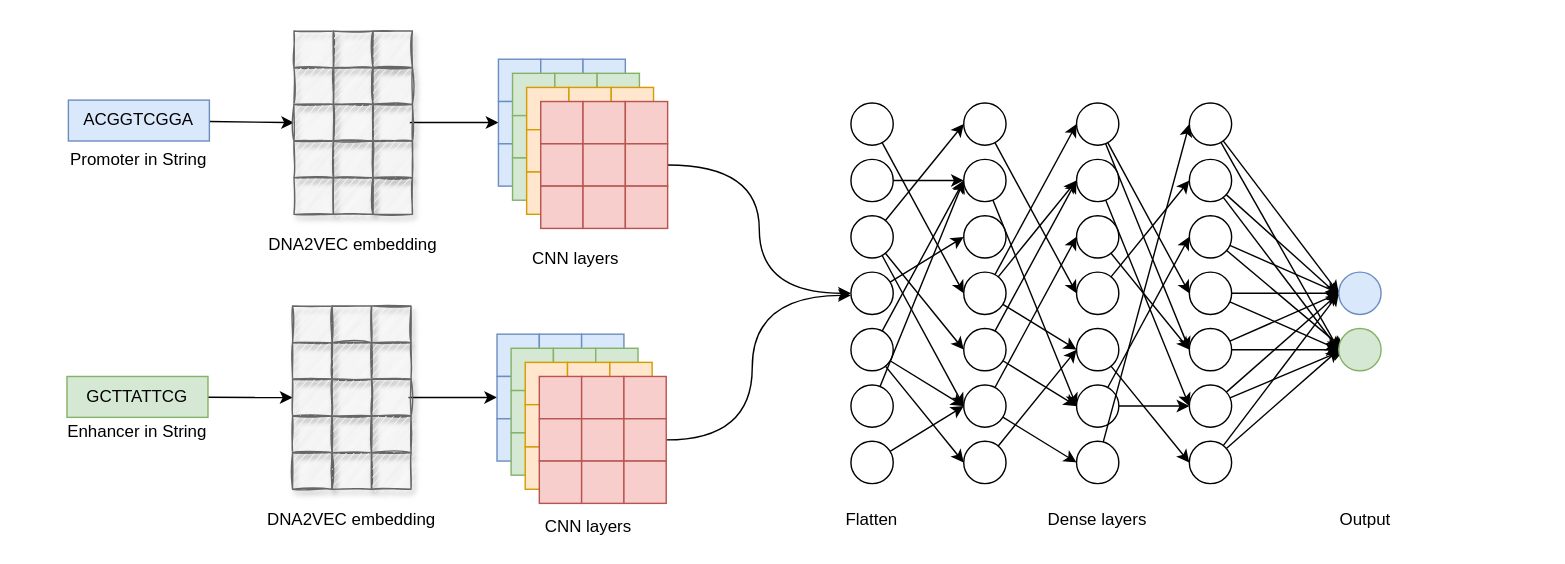
The draw.io diagram embedding_cnn_two_branch.drawio in NaiveTom/draw.io, before the edit. Source tidied: cells renumbered, new cells numbered last; positions are measured from the earlier drawing's top-left corner, leaving out a move shared by most shapes. Both pictures are drawn from the tidied source at 141%, with x=0, y=0 at pixel (24, 30).
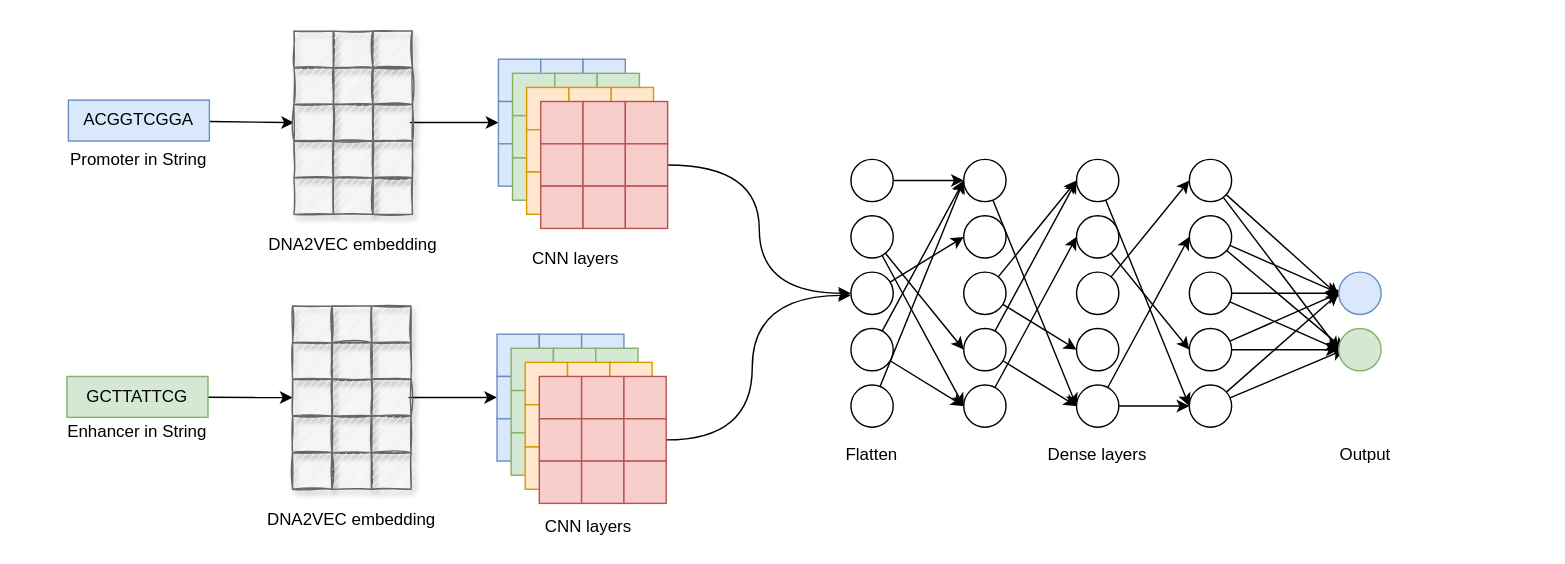
The same diagram, later.

Unchanged cells that the change refers to:
```xml
<mxCell id="9" style="ellipse;whiteSpace=wrap;html=1;" parent="1" vertex="1">
  <mxGeometry x="586" y="131.5" width="30" height="30" as="geometry" />
</mxCell>
<mxCell id="15" style="ellipse;whiteSpace=wrap;html=1;" parent="1" vertex="1">
  <mxGeometry x="586" y="211.5" width="30" height="30" as="geometry" />
</mxCell>
<mxCell id="28" style="ellipse;whiteSpace=wrap;html=1;" parent="1" vertex="1">
  <mxGeometry x="666" y="171.5" width="30" height="30" as="geometry" />
</mxCell>
<mxCell id="34" style="ellipse;whiteSpace=wrap;html=1;" parent="1" vertex="1">
  <mxGeometry x="666" y="251.5" width="30" height="30" as="geometry" />
</mxCell>
<mxCell id="47" style="ellipse;whiteSpace=wrap;html=1;" parent="1" vertex="1">
  <mxGeometry x="746" y="171.5" width="30" height="30" as="geometry" />
</mxCell>
<mxCell id="49" style="ellipse;whiteSpace=wrap;html=1;" parent="1" vertex="1">
  <mxGeometry x="746" y="211.5" width="30" height="30" as="geometry" />
</mxCell>
<mxCell id="66" style="ellipse;whiteSpace=wrap;html=1;" parent="1" vertex="1">
  <mxGeometry x="826" y="171.5" width="30" height="30" as="geometry" />
</mxCell>
<mxCell id="77" style="ellipse;whiteSpace=wrap;html=1;fillColor=#dae8fc;strokeColor=#6c8ebf;" parent="1" vertex="1">
  <mxGeometry x="932" y="171.5" width="30" height="30" as="geometry" />
</mxCell>
<mxCell id="78" style="ellipse;whiteSpace=wrap;html=1;fillColor=#d5e8d4;strokeColor=#82b366;" parent="1" vertex="1">
  <mxGeometry x="932" y="211.5" width="30" height="30" as="geometry" />
</mxCell>
```

What changed in the source:
```diff
@@
-    <mxCell id="2" style="rounded=1;jumpSize=20;jettySize=auto;html=1;entryX=0;entryY=0.5;entryDx=0;entryDy=0;strokeWidth=1;" parent="1" edge="1" source="3" target="28">
-      <mxGeometry relative="1" as="geometry" />
-    </mxCell>
-    <mxCell id="3" style="ellipse;whiteSpace=wrap;html=1;" parent="1" vertex="1">
-      <mxGeometry x="586" y="51.5" width="30" height="30" as="geometry" />
-    </mxCell>
@@
-    <mxCell id="6" style="rounded=1;jumpSize=20;jettySize=auto;html=1;entryX=0;entryY=0.5;entryDx=0;entryDy=0;strokeWidth=1;" parent="1" edge="1" source="9" target="21">
-      <mxGeometry relative="1" as="geometry" />
-    </mxCell>
@@
-    <mxCell id="13" style="edgeStyle=none;rounded=1;jumpSize=20;jettySize=auto;html=1;entryX=0;entryY=0.5;entryDx=0;entryDy=0;strokeWidth=1;" parent="1" edge="1" source="15" target="36">
-      <mxGeometry relative="1" as="geometry" />
-    </mxCell>
@@
-    <mxCell id="18" style="edgeStyle=none;rounded=1;jumpSize=20;jettySize=auto;html=1;entryX=0;entryY=0.5;entryDx=0;entryDy=0;strokeWidth=1;" parent="1" edge="1" source="19" target="34">
-      <mxGeometry relative="1" as="geometry" />
-    </mxCell>
-    <mxCell id="19" style="ellipse;whiteSpace=wrap;html=1;" parent="1" vertex="1">
-      <mxGeometry x="586" y="291.5" width="30" height="30" as="geometry" />
-    </mxCell>
-    <mxCell id="20" style="edgeStyle=none;rounded=1;jumpSize=20;jettySize=auto;html=1;entryX=0;entryY=0.5;entryDx=0;entryDy=0;strokeWidth=1;" parent="1" edge="1" source="21" target="47">
-      <mxGeometry relative="1" as="geometry" />
-    </mxCell>
-    <mxCell id="21" style="ellipse;whiteSpace=wrap;html=1;" parent="1" vertex="1">
-      <mxGeometry x="666" y="51.5" width="30" height="30" as="geometry" />
-    </mxCell>
@@
-    <mxCell id="25" style="edgeStyle=none;rounded=1;jumpSize=20;jettySize=auto;html=1;entryX=0;entryY=0.5;entryDx=0;entryDy=0;strokeWidth=1;" parent="1" edge="1" source="28" target="41">
-      <mxGeometry relative="1" as="geometry" />
-    </mxCell>
@@
-    <mxCell id="33" style="edgeStyle=none;rounded=1;jumpSize=20;jettySize=auto;html=1;entryX=0;entryY=0.5;entryDx=0;entryDy=0;strokeWidth=1;" parent="1" edge="1" source="34" target="54">
-      <mxGeometry relative="1" as="geometry" />
-    </mxCell>
@@
-    <mxCell id="35" style="edgeStyle=none;rounded=1;jumpSize=20;jettySize=auto;html=1;entryX=0;entryY=0.5;entryDx=0;entryDy=0;strokeWidth=1;" parent="1" edge="1" source="36" target="49">
-      <mxGeometry relative="1" as="geometry" />
-    </mxCell>
-    <mxCell id="36" style="ellipse;whiteSpace=wrap;html=1;" parent="1" vertex="1">
-      <mxGeometry x="666" y="291.5" width="30" height="30" as="geometry" />
-    </mxCell>
     <mxCell id="37" value="Dense layers" style="text;html=1;strokeColor=none;fillColor=none;align=center;verticalAlign=middle;whiteSpace=wrap;rounded=0;" parent="1" vertex="1">
-      <mxGeometry x="636" y="336.5" width="250" height="20" as="geometry" />
+      <mxGeometry x="636" y="290.5" width="250" height="20" as="geometry" />
     </mxCell>
     <mxCell id="38" value="Flatten" style="text;html=1;strokeColor=none;fillColor=none;align=center;verticalAlign=middle;whiteSpace=wrap;rounded=0;" parent="1" vertex="1">
-      <mxGeometry x="476" y="336.5" width="250" height="20" as="geometry" />
+      <mxGeometry x="476" y="290.5" width="250" height="20" as="geometry" />
     </mxCell>
-    <mxCell id="39" style="edgeStyle=none;rounded=1;jumpSize=20;jettySize=auto;html=1;entryX=0;entryY=0.5;entryDx=0;entryDy=0;strokeWidth=1;" parent="1" edge="1" source="41" target="66">
-      <mxGeometry relative="1" as="geometry" />
-    </mxCell>
-    <mxCell id="40" style="edgeStyle=none;rounded=1;jumpSize=20;jettySize=auto;html=1;strokeWidth=1;" parent="1" edge="1" source="41">
-      <mxGeometry relative="1" as="geometry">
-        <mxPoint x="826" y="226.5" as="targetPoint" />
-      </mxGeometry>
-    </mxCell>
-    <mxCell id="41" style="ellipse;whiteSpace=wrap;html=1;" parent="1" vertex="1">
-      <mxGeometry x="746" y="51.5" width="30" height="30" as="geometry" />
-    </mxCell>
@@
-    <mxCell id="48" style="edgeStyle=none;rounded=1;jumpSize=20;jettySize=auto;html=1;entryX=0;entryY=0.5;entryDx=0;entryDy=0;strokeWidth=1;" parent="1" edge="1" source="49" target="75">
-      <mxGeometry relative="1" as="geometry" />
-    </mxCell>
@@
-    <mxCell id="53" style="edgeStyle=none;rounded=1;jumpSize=20;jettySize=auto;html=1;entryX=0;entryY=0.5;entryDx=0;entryDy=0;strokeWidth=1;" parent="1" edge="1" source="54" target="57">
-      <mxGeometry relative="1" as="geometry" />
-    </mxCell>
-    <mxCell id="54" style="ellipse;whiteSpace=wrap;html=1;" parent="1" vertex="1">
-      <mxGeometry x="746" y="291.5" width="30" height="30" as="geometry" />
-    </mxCell>
-    <mxCell id="55" style="edgeStyle=none;rounded=1;jumpSize=20;jettySize=auto;html=1;entryX=0;entryY=0.5;entryDx=0;entryDy=0;strokeWidth=1;" parent="1" edge="1" source="57" target="77">
-      <mxGeometry relative="1" as="geometry" />
-    </mxCell>
-    <mxCell id="56" style="edgeStyle=none;rounded=1;jumpSize=20;jettySize=auto;html=1;entryX=0;entryY=0.5;entryDx=0;entryDy=0;strokeWidth=1;" parent="1" edge="1" source="57" target="78">
-      <mxGeometry relative="1" as="geometry" />
-    </mxCell>
-    <mxCell id="57" style="ellipse;whiteSpace=wrap;html=1;" parent="1" vertex="1">
-      <mxGeometry x="826" y="51.5" width="30" height="30" as="geometry" />
-    </mxCell>
@@
-    <mxCell id="73" style="edgeStyle=none;rounded=1;jumpSize=20;jettySize=auto;html=1;entryX=0;entryY=0.5;entryDx=0;entryDy=0;strokeWidth=1;" parent="1" edge="1" source="75" target="77">
-      <mxGeometry relative="1" as="geometry" />
-    </mxCell>
-    <mxCell id="74" style="edgeStyle=none;rounded=1;jumpSize=20;jettySize=auto;html=1;strokeWidth=1;entryX=0;entryY=0.5;entryDx=0;entryDy=0;" parent="1" edge="1" source="75" target="78">
-      <mxGeometry relative="1" as="geometry" />
-    </mxCell>
-    <mxCell id="75" style="ellipse;whiteSpace=wrap;html=1;" parent="1" vertex="1">
-      <mxGeometry x="826" y="291.5" width="30" height="30" as="geometry" />
-    </mxCell>
     <mxCell id="76" value="&lt;div&gt;Output&lt;/div&gt;" style="text;html=1;strokeColor=none;fillColor=none;align=center;verticalAlign=middle;whiteSpace=wrap;rounded=0;" parent="1" vertex="1">
-      <mxGeometry x="826" y="336.5" width="250" height="20" as="geometry" />
+      <mxGeometry x="826" y="290.5" width="250" height="20" as="geometry" />
     </mxCell>
```
